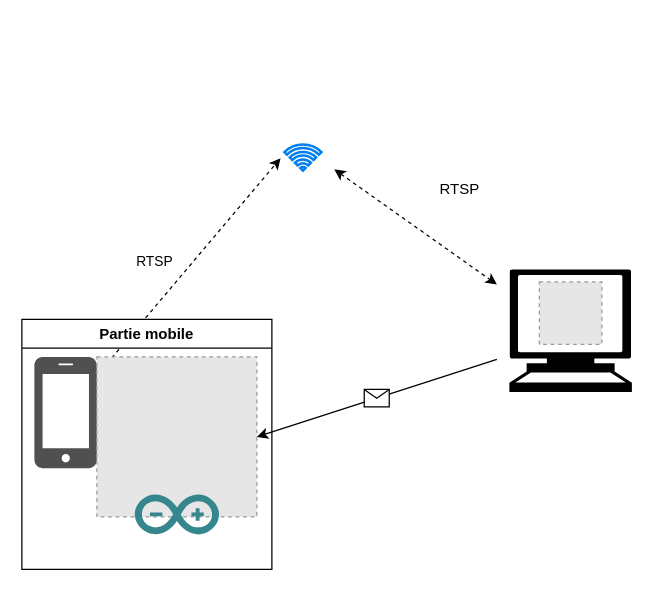
Earlier version of the draw.io diagram Diagramme sans nom.drawio (LindX31/Speedcam2024). Source tidied: cells renumbered, new cells numbered last; positions are measured from the earlier drawing's top-left corner, leaving out a move shared by most shapes. Both pictures are drawn from the tidied source at 125%, with x=0, y=0 at pixel (21, 144). Pictures stored in the file or linked from it are replaced by grey dashed boxes.
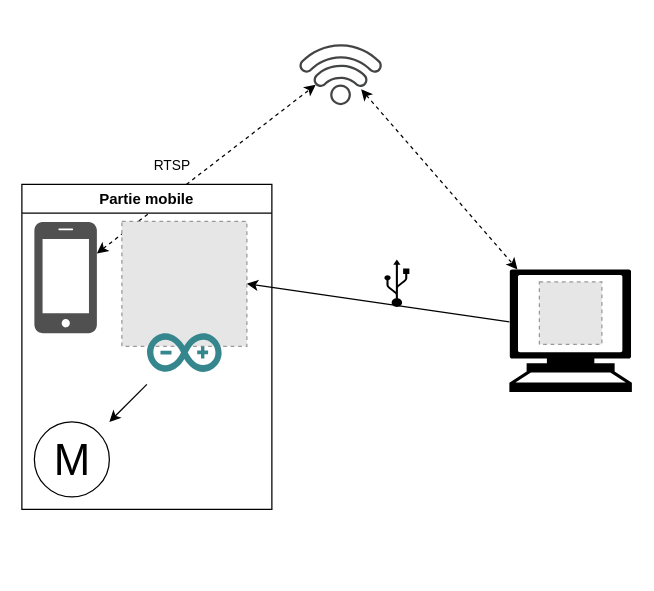
After the change.

Commit message (it also covers changes not shown here):
Mettre à jour Diagramme sans nom.drawio

What changed in the source:
```diff
@@
 <mxGraphModel>
   <root>
     <mxCell id="0" />
     <mxCell id="1" parent="0" />
-    <mxCell id="2" style="html=1;verticalLabelPosition=bottom;align=center;labelBackgroundColor=#ffffff;verticalAlign=top;strokeWidth=2;strokeColor=#0080F0;shadow=0;dashed=0;shape=mxgraph.ios7.icons.wifi;" parent="1" vertex="1">
-      <mxGeometry x="210" width="29.7" height="21" as="geometry" />
-    </mxCell>
-    <mxCell id="3" style="html=1;labelBackgroundColor=#ffffff;startArrow=classic;startFill=1;startSize=6;endArrow=classic;endFill=1;endSize=6;jettySize=auto;orthogonalLoop=1;strokeWidth=1;dashed=1;fontSize=14;rounded=0;" parent="1" edge="1">
-      <mxGeometry relative="1" as="geometry">
-        <mxPoint x="250" y="20" as="sourcePoint" />
-        <mxPoint x="380" y="112.1" as="targetPoint" />
-      </mxGeometry>
+    <mxCell id="3" style="html=1;labelBackgroundColor=#ffffff;startArrow=classic;startFill=1;startSize=6;endArrow=classic;endFill=1;endSize=6;jettySize=auto;strokeWidth=1;dashed=1;fontSize=14;rounded=0;" parent="1" edge="1" source="18" target="14">
+      <mxGeometry relative="1" as="geometry" />
     </mxCell>
-    <mxCell id="4" value="RTSP" style="text;html=1;align=center;verticalAlign=middle;strokeColor=none;fillColor=none;" parent="1" vertex="1">
-      <mxGeometry x="320" y="21" width="60" height="30" as="geometry" />
-    </mxCell>
     <mxCell id="5" style="fillColor=#E6E6E6;strokeColor=#999999;dashed=1;html=1;verticalAlign=top;verticalLabelPosition=bottom;labelBackgroundColor=#ffffff;" parent="1" vertex="1">
       <mxGeometry x="414" y="110" width="50" height="50" as="geometry" />
     </mxCell>
-    <mxCell id="6" style="endArrow=classic;html=1;rounded=0;entryX=1;entryY=0.5;entryDx=0;entryDy=0;" parent="1" edge="1" target="12">
-      <mxGeometry relative="1" as="geometry">
-        <mxPoint x="380" y="172" as="sourcePoint" />
-      </mxGeometry>
+    <mxCell id="6" style="endArrow=classic;html=1;rounded=0;entryX=1;entryY=0.5;entryDx=0;entryDy=0;" parent="1" edge="1" source="14" target="12">
+      <mxGeometry relative="1" as="geometry" />
     </mxCell>
-    <mxCell id="7" style="shape=message;html=1;" parent="6" vertex="1">
-      <mxGeometry width="20" height="14" relative="1" as="geometry">
-        <mxPoint x="-10" y="-7" as="offset" />
-      </mxGeometry>
-    </mxCell>
-    <mxCell id="8" style="html=1;labelBackgroundColor=#ffffff;startArrow=classic;startFill=1;startSize=6;endArrow=classic;endFill=1;endSize=6;jettySize=auto;strokeWidth=1;dashed=1;fontSize=14;rounded=0;entryX=-0.101;entryY=0.524;entryDx=0;entryDy=0;entryPerimeter=0;" parent="1" edge="1" source="11" target="2">
+    <mxCell id="8" style="html=1;labelBackgroundColor=#ffffff;startArrow=classic;startFill=1;startSize=6;endArrow=classic;endFill=1;endSize=6;jettySize=auto;strokeWidth=1;dashed=1;fontSize=14;rounded=0;" parent="1" edge="1" source="11" target="18">
       <mxGeometry relative="1" as="geometry" />
     </mxCell>
     <mxCell id="9" value="RTSP" style="edgeLabel;html=1;align=center;verticalAlign=middle;" parent="8" vertex="1">
       <mxGeometry x="0.04" y="-3" relative="1" as="geometry">
         <mxPoint x="-33" y="-3" as="offset" />
       </mxGeometry>
     </mxCell>
     <mxCell id="10" value="Partie mobile" style="swimlane;whiteSpace=wrap;html=1;" parent="1" vertex="1">
-      <mxGeometry y="140" width="200" height="200" as="geometry" />
+      <mxGeometry y="32" width="200" height="260" as="geometry" />
     </mxCell>
     <mxCell id="11" style="sketch=0;shadow=0;dashed=0;html=1;strokeColor=none;fillColor=#505050;labelPosition=center;verticalLabelPosition=bottom;verticalAlign=top;outlineConnect=0;align=center;shape=mxgraph.office.devices.cell_phone_iphone_proportional;" parent="10" vertex="1">
       <mxGeometry x="10" y="30" width="50" height="89" as="geometry" />
     </mxCell>
     <mxCell id="12" style="fillColor=#E6E6E6;strokeColor=#999999;dashed=1;html=1;verticalAlign=top;verticalLabelPosition=bottom;labelBackgroundColor=#ffffff;" parent="10" vertex="1">
-      <mxGeometry x="60" y="30" width="128" height="128" as="geometry" />
+      <mxGeometry x="80" y="29.5" width="100" height="100" as="geometry" />
     </mxCell>
     <mxCell id="13" style="dashed=0;html=1;align=center;labelPosition=center;verticalLabelPosition=bottom;verticalAlign=top;shape=mxgraph.weblogos.arduino;fillColor=#36868D;strokeColor=none;" parent="10" vertex="1">
-      <mxGeometry x="90.3" y="140" width="67.4" height="32" as="geometry" />
+      <mxGeometry x="100.1" y="119" width="59.7" height="31" as="geometry" />
     </mxCell>
+    <mxCell id="15" value="M" style="verticalLabelPosition=middle;shadow=0;dashed=0;align=center;html=1;verticalAlign=middle;strokeWidth=1;shape=ellipse;fontSize=35;" parent="10" vertex="1">
+      <mxGeometry x="10" y="190" width="60" height="60" as="geometry" />
+    </mxCell>
+    <mxCell id="16" style="endArrow=classic;html=1;rounded=0;" parent="10" edge="1" target="15">
+      <mxGeometry relative="1" as="geometry">
+        <mxPoint x="100" y="160" as="sourcePoint" />
+      </mxGeometry>
+    </mxCell>
     <mxCell id="14" style="shape=mxgraph.signs.tech.computer;html=1;fillColor=#000000;strokeColor=none;verticalLabelPosition=bottom;verticalAlign=top;align=center;" parent="1" vertex="1">
       <mxGeometry x="390" y="100" width="98" height="98" as="geometry" />
     </mxCell>
+    <mxCell id="17" style="shape=mxgraph.signs.tech.usb;html=1;fillColor=#000000;strokeColor=none;verticalLabelPosition=bottom;verticalAlign=top;align=center;" parent="1" vertex="1">
+      <mxGeometry x="290" y="92" width="20" height="38" as="geometry" />
+    </mxCell>
+    <mxCell id="18" style="sketch=0;shadow=0;dashed=0;html=1;strokeColor=none;fillColor=#434445;labelPosition=center;verticalLabelPosition=bottom;verticalAlign=top;align=center;outlineConnect=0;shape=mxgraph.vvd.wi_fi;rotation=-45;" parent="1" vertex="1">
+      <mxGeometry x="230" y="-88" width="50" height="50" as="geometry" />
+    </mxCell>
   </root>
 </mxGraphModel>
```
